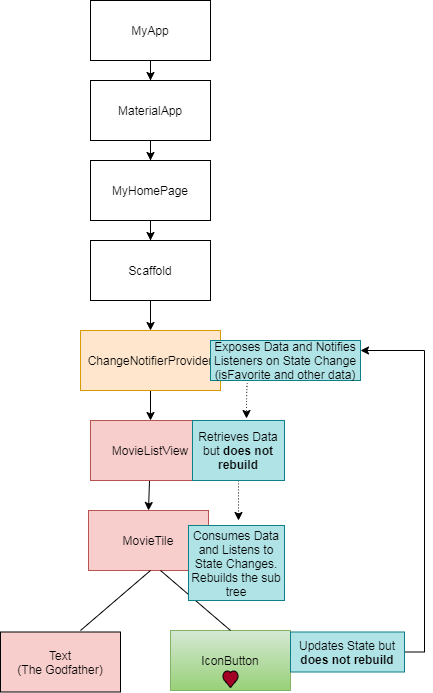
Earlier version of the draw.io export flutter/stmang17.png (walkingtree/images). Source tidied: cells renumbered, new cells last; positions are measured from the earlier drawing's top-left corner, leaving out a move shared by most shapes.
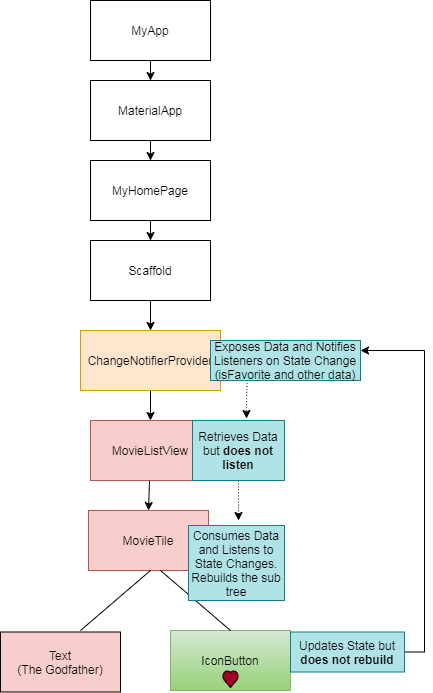
After the commit.

What changed in the source:
```diff
@@ -80,7 +80,7 @@
         <mxPoint x="238" y="520" as="targetPoint" />
       </mxGeometry>
     </mxCell>
-    <mxCell id="25" value="Retrieves Data but &lt;b&gt;does not rebuild&lt;/b&gt;" style="rounded=0;whiteSpace=wrap;html=1;fillColor=#b0e3e6;strokeColor=#0e8088;" parent="1" vertex="1">
+    <mxCell id="25" value="Retrieves Data but &lt;b&gt;does not listen&lt;/b&gt;" style="rounded=0;whiteSpace=wrap;html=1;fillColor=#b0e3e6;strokeColor=#0e8088;" parent="1" vertex="1">
       <mxGeometry x="192" y="420" width="92" height="60" as="geometry" />
     </mxCell>
     <mxCell id="26" style="edgeStyle=orthogonalEdgeStyle;rounded=0;jettySize=auto;html=1;exitX=1;exitY=0.5;exitDx=0;exitDy=0;entryX=1;entryY=0.25;entryDx=0;entryDy=0;" parent="1" edge="1" source="27" target="22">
```
